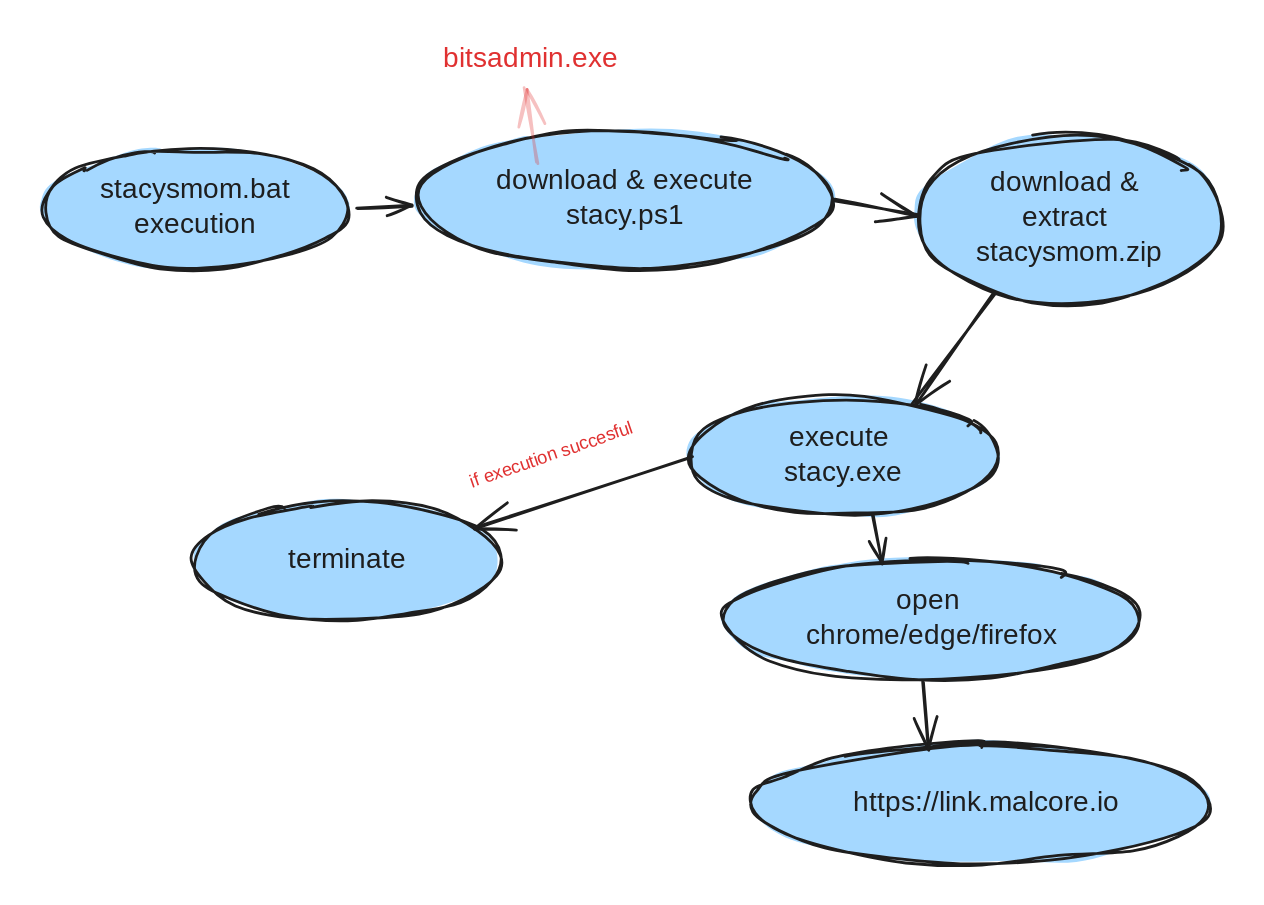
The Excalidraw diagram .gitbook/assets/file.excalidraw.svg in 6E3372/6E3372.github.io, before a commit. Source tidied: one line per element, renumbered; positions are measured from the earlier drawing's top-left corner, leaving out a move shared by most shapes.
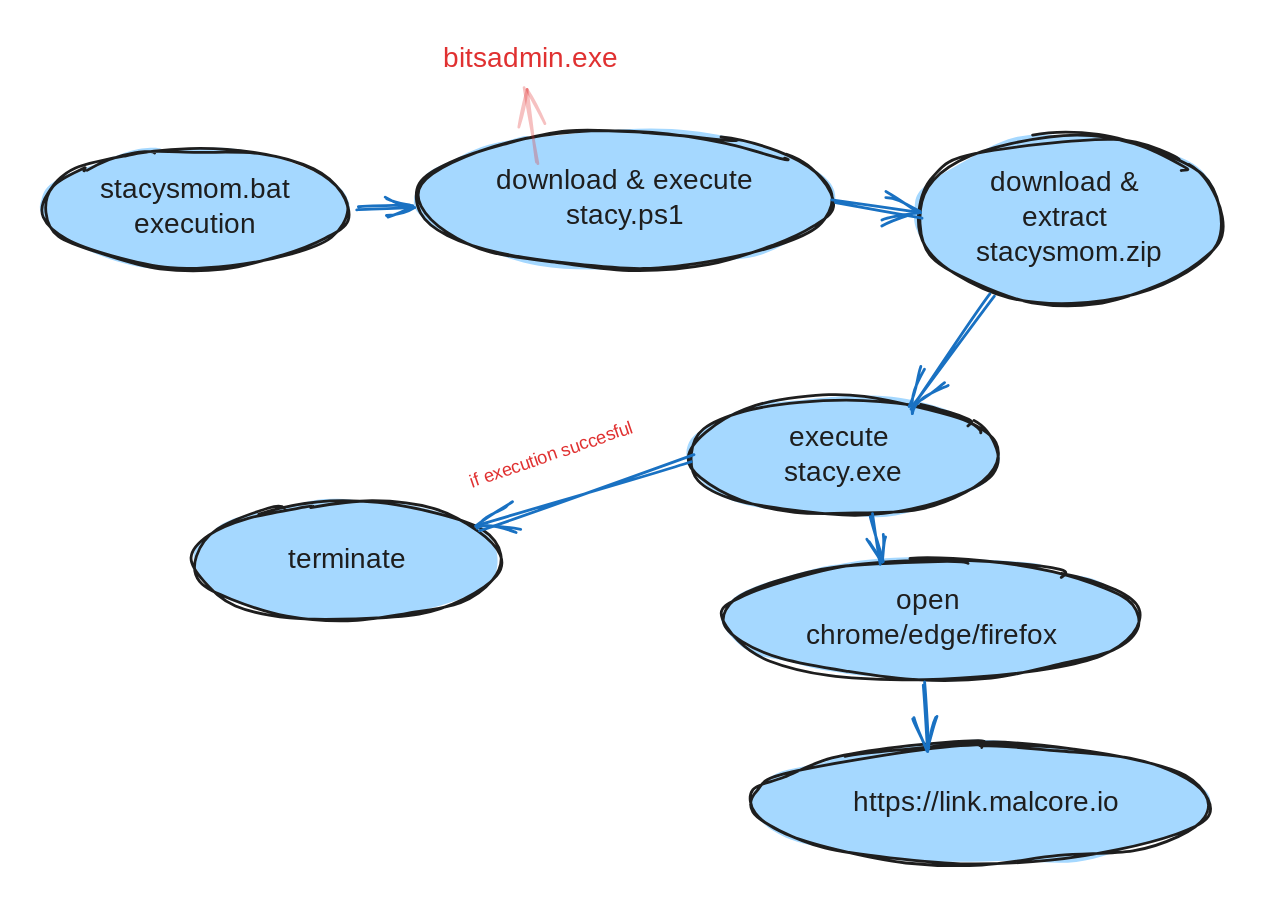
After the change.

Commit message:
GITBOOK-107: No subject

What changed in the source:
```diff
@@ -12,12 +12,12 @@
 {"id": 11, "type": "text", "text": "open \nchrome/edge/firefox", "strokeColor": "#1e1e1e", "strokeWidth": 2, "roughness": 1, "fontSize": 20, "fontFamily": 1, "textAlign": "center", "verticalAlign": "middle", "inside": 10, "x": 539, "y": 387, "width": 192, "height": 50}
 {"id": 12, "type": "ellipse", "strokeColor": "#1e1e1e", "backgroundColor": "#a5d8ff", "fillStyle": "solid", "strokeWidth": 2, "roughness": 2, "round": true, "x": 507, "y": 501, "width": 328, "height": 85}
 {"id": 13, "type": "text", "text": " https://link.malcore.io", "strokeColor": "#1e1e1e", "strokeWidth": 2, "roughness": 1, "fontSize": 20, "fontFamily": 1, "textAlign": "center", "verticalAlign": "middle", "inside": 12, "x": 564, "y": 531, "width": 215, "height": 25}
-{"id": 14, "type": "arrow", "strokeColor": "#1e1e1e", "strokeWidth": 2, "roughness": 1, "endArrowhead": "arrow", "round": true, "from": 0, "to": 2, "x": 225, "y": 118, "width": 38, "height": 2, "points": [[0, 0], [38, -2]]}
+{"id": 14, "type": "arrow", "strokeColor": "#1971c2", "strokeWidth": 2, "roughness": 2, "endArrowhead": "arrow", "round": true, "from": 0, "to": 2, "x": 225, "y": 118, "width": 38, "height": 2, "points": [[0, 0], [38, -2]]}
-{"id": 15, "type": "arrow", "strokeColor": "#1e1e1e", "strokeWidth": 2, "roughness": 1, "endArrowhead": "arrow", "round": true, "from": 2, "x": 565, "y": 114, "width": 61, "height": 10, "points": [[0, 0], [61, 10]]}
+{"id": 15, "type": "arrow", "strokeColor": "#1971c2", "strokeWidth": 2, "roughness": 2, "endArrowhead": "arrow", "round": true, "from": 2, "x": 565, "y": 114, "width": 61, "height": 10, "points": [[0, 0], [61, 10]]}
-{"id": 16, "type": "arrow", "strokeColor": "#1e1e1e", "strokeWidth": 2, "roughness": 1, "endArrowhead": "arrow", "round": true, "from": 8, "x": 680, "y": 180, "width": 58, "height": 79, "points": [[0, 0], [-58, 79]]}
+{"id": 16, "type": "arrow", "strokeColor": "#1971c2", "strokeWidth": 2, "roughness": 2, "endArrowhead": "arrow", "round": true, "from": 8, "x": 680, "y": 180, "width": 58, "height": 79, "points": [[0, 0], [-58, 79]]}
-{"id": 17, "type": "arrow", "strokeColor": "#1e1e1e", "strokeWidth": 2, "roughness": 1, "endArrowhead": "arrow", "round": true, "from": 4, "to": 6, "x": 463, "y": 297, "width": 153, "height": 50, "points": [[0, 0], [-153, 50]]}
+{"id": 17, "type": "arrow", "strokeColor": "#1971c2", "strokeWidth": 2, "roughness": 2, "endArrowhead": "arrow", "round": true, "from": 4, "to": 6, "x": 463, "y": 297, "width": 153, "height": 50, "points": [[0, 0], [-153, 50]]}
-{"id": 18, "type": "arrow", "strokeColor": "#1e1e1e", "strokeWidth": 2, "roughness": 1, "endArrowhead": "arrow", "round": true, "from": 4, "x": 593, "y": 338, "width": 6, "height": 35, "points": [[0, 0], [6, 35]]}
+{"id": 18, "type": "arrow", "strokeColor": "#1971c2", "strokeWidth": 2, "roughness": 2, "endArrowhead": "arrow", "round": true, "from": 4, "x": 593, "y": 338, "width": 6, "height": 35, "points": [[0, 0], [6, 35]]}
-{"id": 19, "type": "arrow", "strokeColor": "#1e1e1e", "strokeWidth": 2, "roughness": 1, "endArrowhead": "arrow", "round": true, "from": 10, "x": 629, "y": 458, "width": 4, "height": 48, "points": [[0, 0], [4, 48]]}
+{"id": 19, "type": "arrow", "strokeColor": "#1971c2", "strokeWidth": 2, "roughness": 2, "endArrowhead": "arrow", "round": true, "from": 10, "x": 629, "y": 458, "width": 4, "height": 48, "points": [[0, 0], [4, 48]]}
 {"id": 20, "type": "text", "text": "if execution succesful", "strokeColor": "#e03131", "angle": 5.95, "strokeWidth": 2, "roughness": 1, "fontSize": 13.06, "fontFamily": 1, "x": 302, "y": 284, "width": 140, "height": 16}
 {"id": 21, "type": "text", "text": "bitsadmin.exe", "strokeColor": "#e03131", "strokeWidth": 2, "roughness": 1, "fontSize": 20, "fontFamily": 1, "x": 286, "y": 0, "width": 126, "height": 25}
 {"id": 22, "type": "arrow", "strokeColor": "#e03131", "strokeWidth": 2, "roughness": 1, "opacity": 30, "endArrowhead": "arrow", "round": true, "to": 21, "x": 353, "y": 87, "width": 8, "height": 54, "points": [[0, 0], [-8, -54]]}
```
